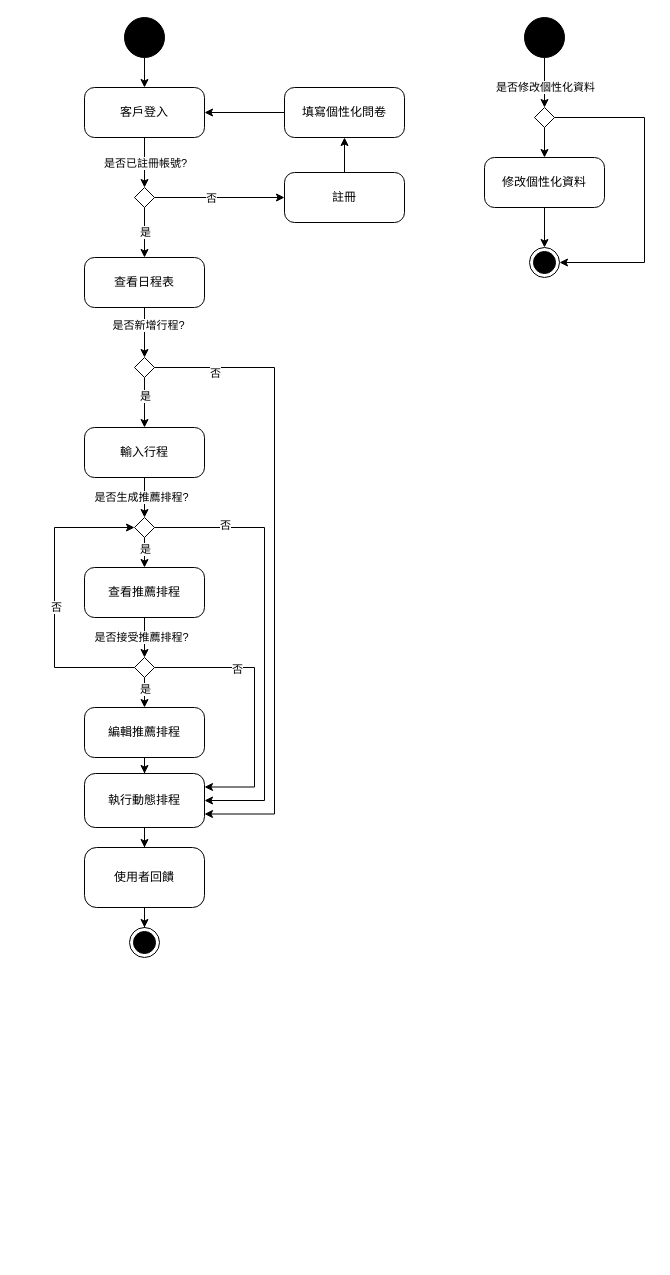
Earlier version of the draw.io diagram 活動圖.drawio (Kevincheng0804/Graduation-Topic). Source tidied: cells renumbered, new cells numbered last; positions are measured from the earlier drawing's top-left corner, leaving out a move shared by most shapes. Both pictures are drawn from the tidied source at 100%, with x=0, y=0 at pixel (54, 17).
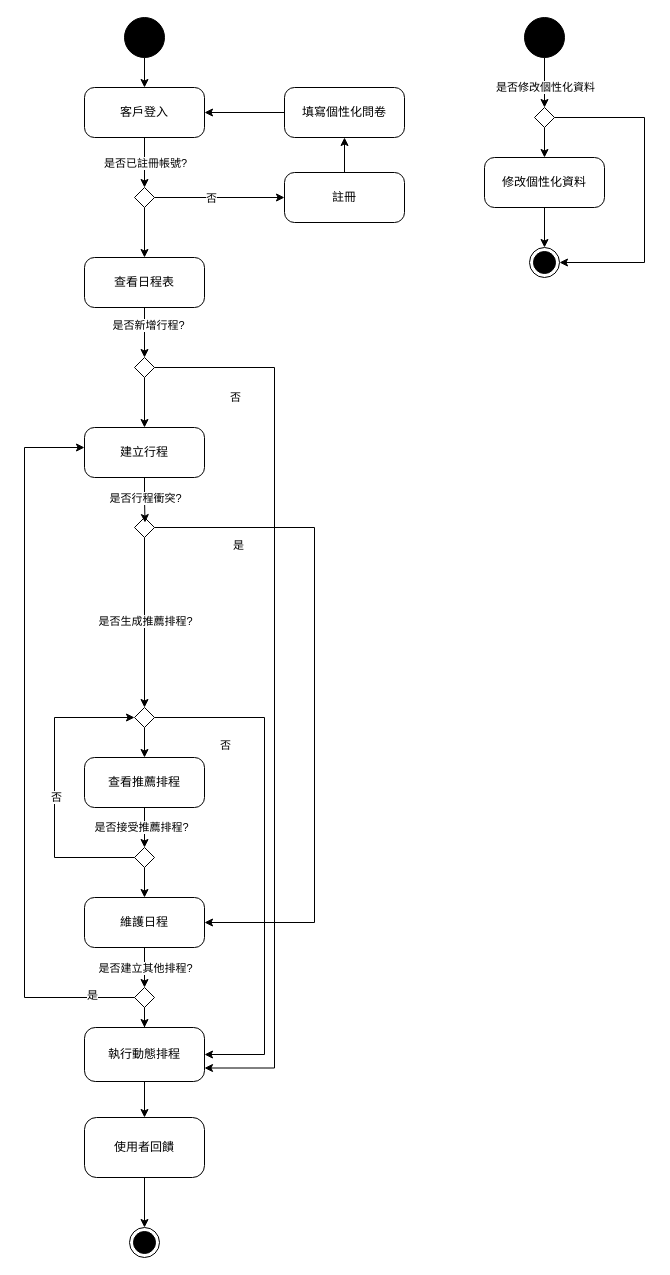
The same diagram, later.

Commit message:
更新活動圖.drawio

Unchanged cells that the change refers to:
```xml
<mxCell id="7" style="edgeStyle=orthogonalEdgeStyle;rounded=0;jettySize=auto;html=1;exitX=0.5;exitY=1;exitDx=0;exitDy=0;endArrow=classic;endFill=1;" parent="1" edge="1" source="16" target="15">
  <mxGeometry relative="1" as="geometry" />
</mxCell>
<mxCell id="17" style="rounded=0;jettySize=auto;html=1;exitX=0.5;exitY=1;exitDx=0;exitDy=0;entryX=0.5;entryY=0;entryDx=0;entryDy=0;" parent="1" edge="1" source="21" target="24">
  <mxGeometry relative="1" as="geometry" />
</mxCell>
<mxCell id="21" style="rhombus;" parent="1" vertex="1">
  <mxGeometry x="80" y="340" width="20" height="20" as="geometry" />
</mxCell>
<mxCell id="26" style="rounded=0;jettySize=auto;html=1;exitX=0.5;exitY=1;exitDx=0;exitDy=0;entryX=0.5;entryY=0;entryDx=0;entryDy=0;" parent="1" edge="1" source="30" target="25">
  <mxGeometry relative="1" as="geometry" />
</mxCell>
<mxCell id="33" style="rounded=0;jettySize=auto;html=1;exitX=0.5;exitY=1;exitDx=0;exitDy=0;entryX=0.5;entryY=0;entryDx=0;entryDy=0;" parent="1" edge="1" source="39" target="41">
  <mxGeometry relative="1" as="geometry" />
</mxCell>
```

What changed in the source:
```diff
@@
-    <mxCell id="8" value="是" style="edgeLabel;html=1;align=center;verticalAlign=middle;" parent="7" vertex="1">
-      <mxGeometry x="0.01" y="3" relative="1" as="geometry">
-        <mxPoint x="-3" y="-1" as="offset" />
-      </mxGeometry>
-    </mxCell>
@@
-    <mxCell id="18" value="是" style="edgeLabel;html=1;align=center;verticalAlign=middle;" parent="17" vertex="1">
-      <mxGeometry x="-0.29" y="3" relative="1" as="geometry">
-        <mxPoint x="-3" as="offset" />
-      </mxGeometry>
-    </mxCell>
     <mxCell id="19" style="edgeStyle=orthogonalEdgeStyle;rounded=0;jettySize=auto;html=1;exitX=1;exitY=0.5;exitDx=0;exitDy=0;entryX=1;entryY=0.75;entryDx=0;entryDy=0;" parent="1" edge="1" source="21" target="43">
       <mxGeometry relative="1" as="geometry">
         <Array as="points">
           <mxPoint x="220" y="350" />
-          <mxPoint x="220" y="797" />
-          <mxPoint x="150" y="797" />
+          <mxPoint x="220" y="1050" />
+          <mxPoint x="150" y="1050" />
         </Array>
       </mxGeometry>
     </mxCell>
     <mxCell id="20" value="否" style="edgeLabel;html=1;align=center;verticalAlign=middle;" parent="19" vertex="1">
       <mxGeometry x="-0.06" y="-1" relative="1" as="geometry">
-        <mxPoint x="-59" y="-174" as="offset" />
+        <mxPoint x="-39" y="-270" as="offset" />
       </mxGeometry>
     </mxCell>
@@
-    <mxCell id="22" style="edgeStyle=orthogonalEdgeStyle;rounded=0;jettySize=auto;html=1;exitX=0.5;exitY=1;exitDx=0;exitDy=0;entryX=0.5;entryY=0;entryDx=0;entryDy=0;" parent="1" edge="1" source="24" target="30">
+    <mxCell id="22" style="edgeStyle=orthogonalEdgeStyle;rounded=0;jettySize=auto;html=1;entryX=0.5;entryY=0;entryDx=0;entryDy=0;exitX=0.5;exitY=1;exitDx=0;exitDy=0;" parent="1" edge="1" source="59" target="30">
       <mxGeometry relative="1" as="geometry" />
     </mxCell>
     <mxCell id="23" value="是否生成推薦排程?" style="edgeLabel;html=1;align=center;verticalAlign=middle;" parent="22" vertex="1">
       <mxGeometry x="-0.01" y="-2" relative="1" as="geometry">
-        <mxPoint x="-2" y="-1" as="offset" />
+        <mxPoint x="2" y="-1" as="offset" />
       </mxGeometry>
     </mxCell>
+    <mxCell id="58" style="edgeStyle=orthogonalEdgeStyle;rounded=0;jettySize=auto;html=1;entryX=1;entryY=0.5;entryDx=0;entryDy=0;exitX=1;exitY=0.5;exitDx=0;exitDy=0;" parent="1" edge="1" source="59" target="41">
+      <mxGeometry relative="1" as="geometry">
+        <Array as="points">
+          <mxPoint x="260" y="510" />
+          <mxPoint x="260" y="905" />
+        </Array>
+      </mxGeometry>
+    </mxCell>
-    <mxCell id="24" value="輸入行程" style="html=1;dashed=0;rounded=1;absoluteArcSize=1;arcSize=20;verticalAlign=middle;align=center;whiteSpace=wrap;" parent="1" vertex="1">
+    <mxCell id="24" value="建立行程" style="html=1;dashed=0;rounded=1;absoluteArcSize=1;arcSize=20;verticalAlign=middle;align=center;whiteSpace=wrap;" parent="1" vertex="1">
       <mxGeometry x="30" y="410" width="120" height="50" as="geometry" />
     </mxCell>
     <mxCell id="25" value="查看推薦排程" style="html=1;dashed=0;rounded=1;absoluteArcSize=1;arcSize=20;verticalAlign=middle;align=center;whiteSpace=wrap;" parent="1" vertex="1">
-      <mxGeometry x="30" y="550" width="120" height="50" as="geometry" />
+      <mxGeometry x="30" y="740" width="120" height="50" as="geometry" />
     </mxCell>
@@
-    <mxCell id="27" value="是" style="edgeLabel;html=1;align=center;verticalAlign=middle;" parent="26" vertex="1">
-      <mxGeometry x="-0.29" y="3" relative="1" as="geometry">
-        <mxPoint x="-3" as="offset" />
-      </mxGeometry>
-    </mxCell>
     <mxCell id="28" style="edgeStyle=orthogonalEdgeStyle;rounded=0;jettySize=auto;html=1;exitX=1;exitY=0.5;exitDx=0;exitDy=0;entryX=1;entryY=0.5;entryDx=0;entryDy=0;" parent="1" edge="1" source="30" target="43">
       <mxGeometry relative="1" as="geometry">
         <Array as="points">
-          <mxPoint x="210" y="510" />
-          <mxPoint x="210" y="783" />
+          <mxPoint x="210" y="700" />
+          <mxPoint x="210" y="1037" />
         </Array>
       </mxGeometry>
     </mxCell>
@@
     <mxCell id="30" style="rhombus;" parent="1" vertex="1">
-      <mxGeometry x="80" y="500" width="20" height="20" as="geometry" />
+      <mxGeometry x="80" y="690" width="20" height="20" as="geometry" />
     </mxCell>
@@
-    <mxCell id="34" value="是" style="edgeLabel;html=1;align=center;verticalAlign=middle;" parent="33" vertex="1">
-      <mxGeometry x="-0.29" y="3" relative="1" as="geometry">
-        <mxPoint x="-3" as="offset" />
-      </mxGeometry>
-    </mxCell>
     <mxCell id="35" style="edgeStyle=orthogonalEdgeStyle;rounded=0;jettySize=auto;html=1;exitX=0;exitY=0.5;exitDx=0;exitDy=0;entryX=0;entryY=0.5;entryDx=0;entryDy=0;" parent="1" edge="1" source="39" target="30">
       <mxGeometry relative="1" as="geometry">
         <Array as="points">
-          <mxPoint y="650" />
-          <mxPoint y="510" />
+          <mxPoint y="840" />
+          <mxPoint y="700" />
         </Array>
       </mxGeometry>
     </mxCell>
@@
-    <mxCell id="37" style="edgeStyle=orthogonalEdgeStyle;rounded=0;jettySize=auto;html=1;exitX=1;exitY=0.5;exitDx=0;exitDy=0;entryX=1;entryY=0.25;entryDx=0;entryDy=0;" parent="1" edge="1" source="39" target="43">
-      <mxGeometry relative="1" as="geometry">
-        <Array as="points">
-          <mxPoint x="200" y="650" />
-          <mxPoint x="200" y="770" />
-        </Array>
-      </mxGeometry>
-    </mxCell>
-    <mxCell id="38" value="否" style="edgeLabel;html=1;align=center;verticalAlign=middle;" parent="37" vertex="1">
-      <mxGeometry x="-0.39" y="-1" relative="1" as="geometry" />
-    </mxCell>
     <mxCell id="39" style="rhombus;" parent="1" vertex="1">
-      <mxGeometry x="80" y="640" width="20" height="20" as="geometry" />
+      <mxGeometry x="80" y="830" width="20" height="20" as="geometry" />
     </mxCell>
-    <mxCell id="40" style="edgeStyle=orthogonalEdgeStyle;rounded=0;jettySize=auto;html=1;" parent="1" edge="1" source="41" target="43">
+    <mxCell id="40" style="edgeStyle=orthogonalEdgeStyle;rounded=0;jettySize=auto;html=1;entryX=0.5;entryY=0;entryDx=0;entryDy=0;" parent="1" edge="1" source="41" target="64">
       <mxGeometry relative="1" as="geometry" />
     </mxCell>
-    <mxCell id="41" value="編輯推薦排程" style="html=1;dashed=0;rounded=1;absoluteArcSize=1;arcSize=20;verticalAlign=middle;align=center;whiteSpace=wrap;" parent="1" vertex="1">
-      <mxGeometry x="30" y="690" width="120" height="50" as="geometry" />
+    <mxCell id="41" value="維護日程" style="html=1;dashed=0;rounded=1;absoluteArcSize=1;arcSize=20;verticalAlign=middle;align=center;whiteSpace=wrap;" parent="1" vertex="1">
+      <mxGeometry x="30" y="880" width="120" height="50" as="geometry" />
     </mxCell>
@@
     <mxCell id="43" value="執行動態排程" style="whiteSpace=wrap;html=1;dashed=0;rounded=1;arcSize=20;" parent="1" vertex="1">
-      <mxGeometry x="30" y="756" width="120" height="54" as="geometry" />
+      <mxGeometry x="30" y="1010" width="120" height="54" as="geometry" />
     </mxCell>
@@
     <mxCell id="45" value="使用者回饋" style="whiteSpace=wrap;html=1;dashed=0;rounded=1;arcSize=20;" parent="1" vertex="1">
-      <mxGeometry x="30" y="830" width="120" height="60" as="geometry" />
+      <mxGeometry x="30" y="1100" width="120" height="60" as="geometry" />
     </mxCell>
     <mxCell id="46" style="ellipse;html=1;shape=endState;fillColor=strokeColor;" parent="1" vertex="1">
-      <mxGeometry x="75" y="910" width="30" height="30" as="geometry" />
+      <mxGeometry x="75" y="1210" width="30" height="30" as="geometry" />
     </mxCell>
@@
+    <mxCell id="59" style="rhombus;" parent="1" vertex="1">
+      <mxGeometry x="80" y="500" width="20" height="20" as="geometry" />
+    </mxCell>
+    <mxCell id="60" style="edgeStyle=orthogonalEdgeStyle;rounded=0;jettySize=auto;html=1;entryX=0.524;entryY=0.253;entryDx=0;entryDy=0;entryPerimeter=0;" parent="1" edge="1" source="24" target="59">
+      <mxGeometry relative="1" as="geometry" />
+    </mxCell>
+    <mxCell id="61" value="是否行程衝突?" style="edgeLabel;html=1;align=center;verticalAlign=middle;" parent="1" vertex="1">
+      <mxGeometry x="90" y="480" as="geometry" />
+    </mxCell>
+    <mxCell id="62" value="是" style="edgeLabel;html=1;align=center;verticalAlign=middle;" parent="1" vertex="1">
+      <mxGeometry x="180" y="393" as="geometry">
+        <mxPoint x="3" y="134" as="offset" />
+      </mxGeometry>
+    </mxCell>
+    <mxCell id="63" style="edgeStyle=orthogonalEdgeStyle;rounded=0;jettySize=auto;html=1;" parent="1" edge="1" source="64" target="43">
+      <mxGeometry relative="1" as="geometry" />
+    </mxCell>
+    <mxCell id="64" style="rhombus;" parent="1" vertex="1">
+      <mxGeometry x="80" y="970" width="20" height="20" as="geometry" />
+    </mxCell>
+    <mxCell id="65" value="是否建立其他排程?" style="edgeLabel;html=1;align=center;verticalAlign=middle;" parent="1" vertex="1">
+      <mxGeometry x="90" y="950" as="geometry" />
+    </mxCell>
+    <mxCell id="66" style="edgeStyle=orthogonalEdgeStyle;rounded=0;jettySize=auto;html=1;entryX=0;entryY=0.4;entryDx=0;entryDy=0;entryPerimeter=0;exitX=0;exitY=0.5;exitDx=0;exitDy=0;" parent="1" edge="1" source="64" target="24">
+      <mxGeometry relative="1" as="geometry">
+        <Array as="points">
+          <mxPoint x="-30" y="980" />
+          <mxPoint x="-30" y="430" />
+        </Array>
+      </mxGeometry>
+    </mxCell>
+    <mxCell id="67" value="是" style="edgeLabel;html=1;align=center;verticalAlign=middle;" parent="1" vertex="1">
+      <mxGeometry x="11" y="788.3" as="geometry">
+        <mxPoint x="26" y="189" as="offset" />
+      </mxGeometry>
+    </mxCell>
```
